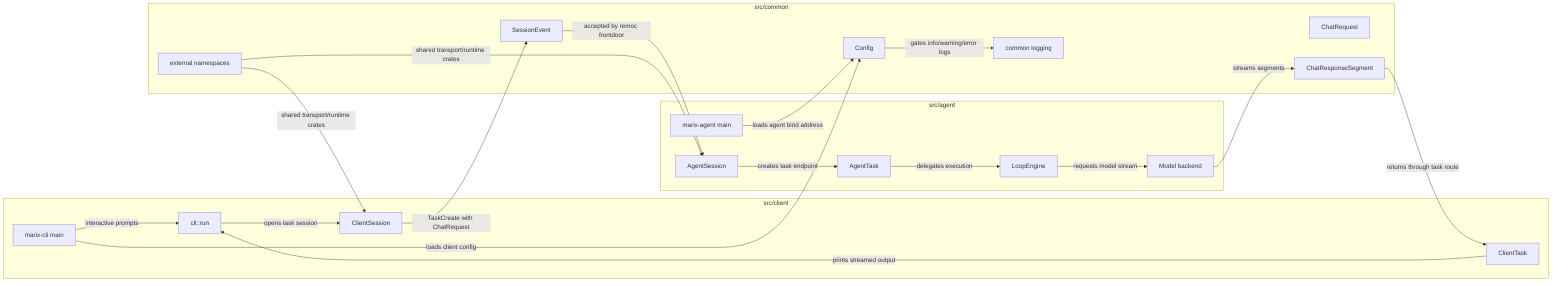
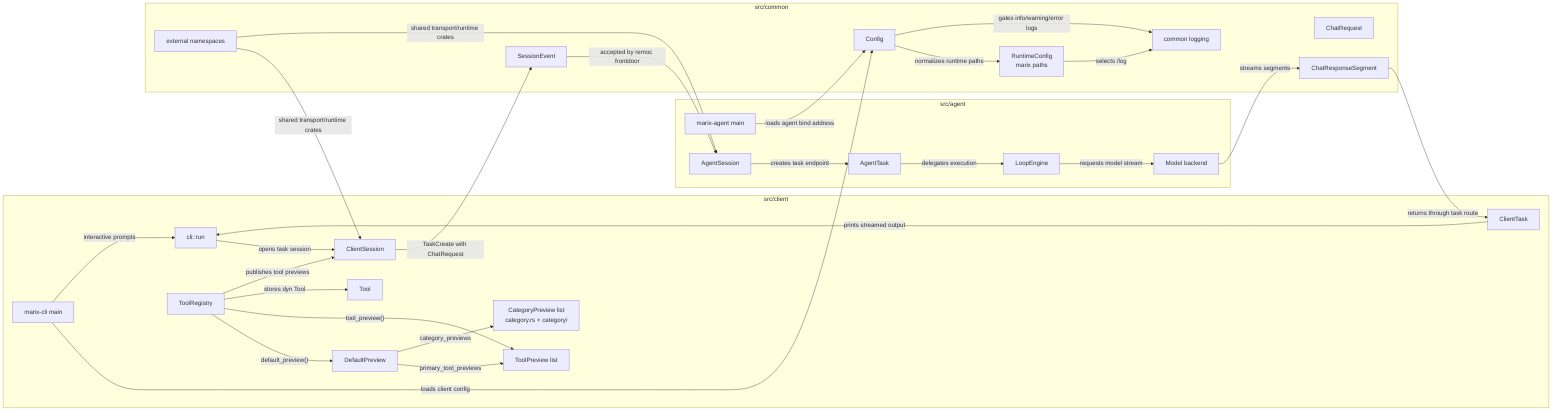
flowchart LR
  subgraph client["src/client"]
    CliEntry["marix-cli main"]
    CliRun["cli::run"]
    ClientSession["ClientSession"]
    ClientTask["ClientTask"]
+     ToolRegistry["ToolRegistry"]
+     ToolTrait["Tool"]
+     DefaultPreview["DefaultPreview"]
+     ToolPreviews["ToolPreview list"]
+     CategoryPreviews["CategoryPreview list\ncategory.rs + category/"]
  end

  subgraph agent["src/agent"]
    AgentEntry["marix-agent main"]
    AgentSession["AgentSession"]
    AgentTask["AgentTask"]
    LoopEngine["LoopEngine"]
    ModelBackend["Model backend"]
  end

  subgraph common["src/common"]
    Config["Config"]
+     RuntimeConfig["RuntimeConfig\nmarix paths"]
    CommonLogging["common logging"]
    SessionEvent["SessionEvent"]
    ChatRequest["ChatRequest"]
    ChatResponseSegment["ChatResponseSegment"]
    ExternalNamespaces["external namespaces"]
  end

+   Config -->|"normalizes runtime paths"| RuntimeConfig
+   RuntimeConfig -->|"selects <marix_path>/log"| CommonLogging
  CliEntry -->|"loads client config"| Config
  AgentEntry -->|"loads agent bind address"| Config
  Config -->|"gates info/warning/error logs"| CommonLogging
  CliEntry -->|"interactive prompts"| CliRun
  CliRun -->|"opens task session"| ClientSession
  ClientSession -->|"TaskCreate with ChatRequest"| SessionEvent
  SessionEvent -->|"accepted by remoc frontdoor"| AgentSession
  AgentSession -->|"creates task endpoint"| AgentTask
  AgentTask -->|"delegates execution"| LoopEngine
  LoopEngine -->|"requests model stream"| ModelBackend
  ModelBackend -->|"streams segments"| ChatResponseSegment
  ChatResponseSegment -->|"returns through task route"| ClientTask
  ClientTask -->|"prints streamed output"| CliRun
+   ToolRegistry -->|"default_preview()"| DefaultPreview
+   ToolRegistry -->|"tool_preview()"| ToolPreviews
+   DefaultPreview -->|"primary_tool_previews"| ToolPreviews
+   DefaultPreview -->|"category_previews"| CategoryPreviews
+   ToolRegistry -->|"stores dyn Tool"| ToolTrait
+   ToolRegistry -->|"publishes tool previews"| ClientSession
  ExternalNamespaces -->|"shared transport/runtime crates"| ClientSession
  ExternalNamespaces -->|"shared transport/runtime crates"| AgentSession
